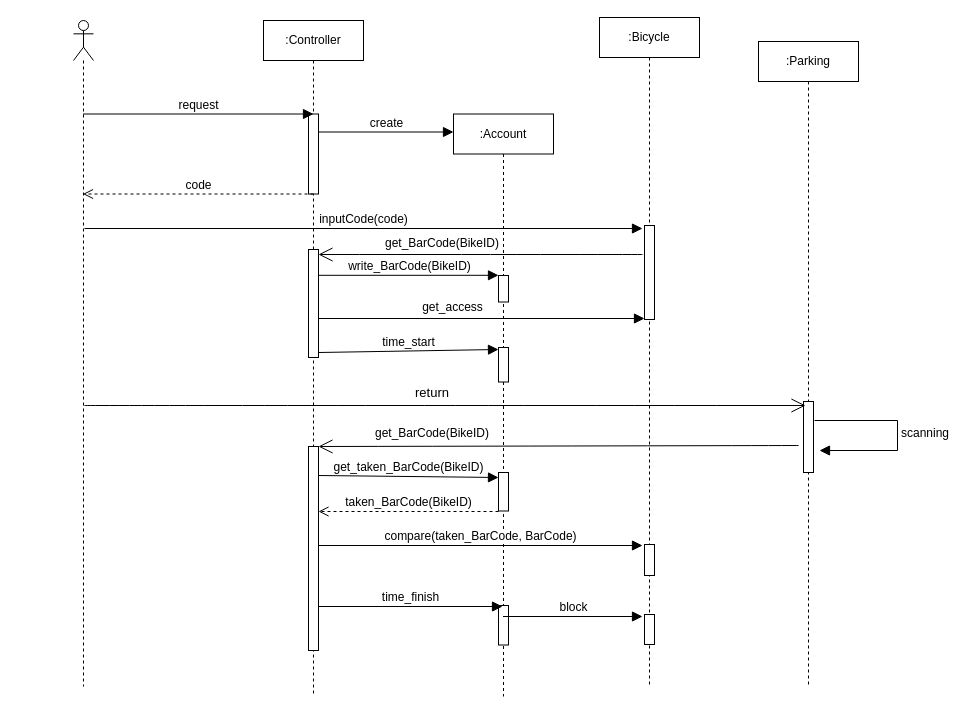
Before: Диаграмма без названия.drawio in iudinads/UML, a draw.io diagram. Source tidied: cells renumbered, new cells numbered last; positions are measured from the earlier drawing's top-left corner, leaving out a move shared by most shapes. Both pictures are drawn from the tidied source at 100%, with x=0, y=0 at pixel (26, 17).
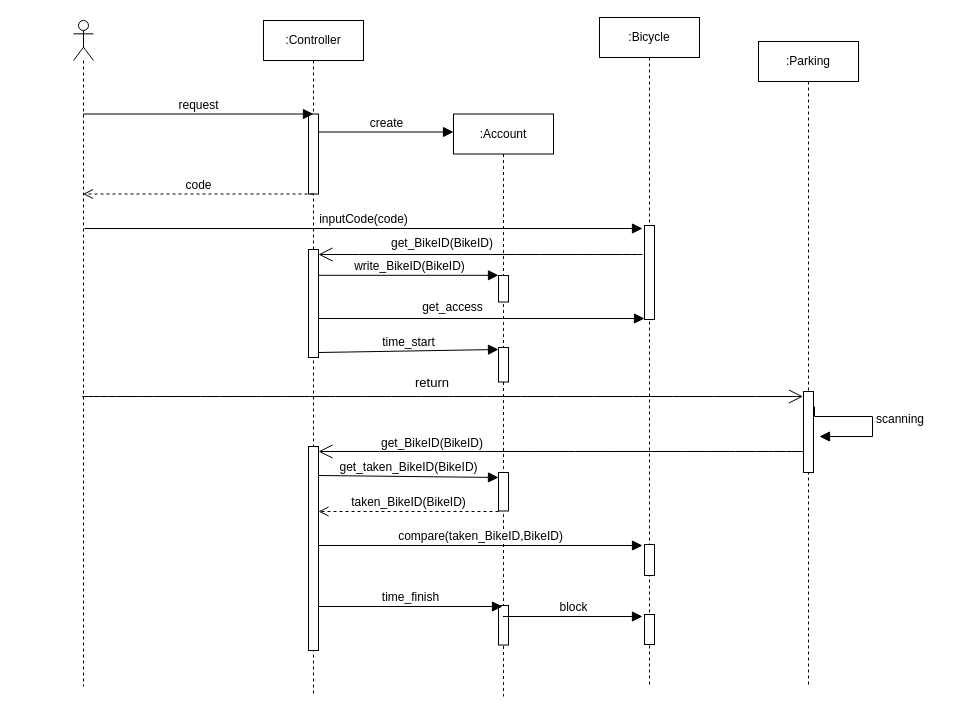
After the change.

Unchanged cells that the change refers to:
```xml
<mxCell id="7" style="html=1;points=[[0,0,0,0,5],[0,1,0,0,-5],[1,0,0,0,5],[1,1,0,0,-5]];perimeter=orthogonalPerimeter;outlineConnect=0;targetShapes=umlLifeline;portConstraint=eastwest;newEdgeStyle={&quot;curved&quot;:0,&quot;rounded&quot;:0};" parent="5" vertex="1">
  <mxGeometry x="45" y="229" width="10" height="108" as="geometry" />
</mxCell>
<mxCell id="8" style="html=1;points=[[0,0,0,0,5],[0,1,0,0,-5],[1,0,0,0,5],[1,1,0,0,-5]];perimeter=orthogonalPerimeter;outlineConnect=0;targetShapes=umlLifeline;portConstraint=eastwest;newEdgeStyle={&quot;curved&quot;:0,&quot;rounded&quot;:0};" parent="5" vertex="1">
  <mxGeometry x="45" y="426" width="10" height="204" as="geometry" />
</mxCell>
<mxCell id="15" style="html=1;points=[[0,0,0,0,5],[0,1,0,0,-5],[1,0,0,0,5],[1,1,0,0,-5]];perimeter=orthogonalPerimeter;outlineConnect=0;targetShapes=umlLifeline;portConstraint=eastwest;newEdgeStyle={&quot;curved&quot;:0,&quot;rounded&quot;:0};" parent="12" vertex="1">
  <mxGeometry x="45" y="358.5" width="10" height="38.5" as="geometry" />
</mxCell>
<mxCell id="22" value=":Parking" style="shape=umlLifeline;perimeter=lifelinePerimeter;whiteSpace=wrap;html=1;newEdgeStyle={&quot;curved&quot;:0,&quot;rounded&quot;:0};" parent="1" vertex="1">
  <mxGeometry x="732" y="24" width="100" height="645" as="geometry" />
</mxCell>
```

What changed in the source:
```diff
@@
     <mxCell id="23" style="html=1;points=[[0,0,0,0,5],[0,1,0,0,-5],[1,0,0,0,5],[1,1,0,0,-5]];perimeter=orthogonalPerimeter;outlineConnect=0;targetShapes=umlLifeline;portConstraint=eastwest;newEdgeStyle={&quot;curved&quot;:0,&quot;rounded&quot;:0};" parent="22" vertex="1">
-      <mxGeometry x="45" y="360" width="10" height="71" as="geometry" />
+      <mxGeometry x="45" y="350" width="10" height="81" as="geometry" />
     </mxCell>
@@
-    <mxCell id="25" value="write_BarCode(BikeID)" style="html=1;verticalAlign=bottom;endArrow=block;curved=0;rounded=0;fontSize=12;startSize=8;endSize=8;" parent="1" edge="1" source="7">
+    <mxCell id="25" value="write_&lt;span style=&quot;white-space: normal;&quot;&gt;BikeID&lt;/span&gt;(BikeID)" style="html=1;verticalAlign=bottom;endArrow=block;curved=0;rounded=0;fontSize=12;startSize=8;endSize=8;" parent="1" edge="1" source="7">
       <mxGeometry x="0.01" relative="1" as="geometry">
         <mxPoint x="472" y="257.8" as="targetPoint" />
       </mxGeometry>
     </mxCell>
@@
     <mxCell id="29" style="endArrow=open;endFill=1;endSize=12;html=1;rounded=0;fontSize=12;curved=1;" parent="1" edge="1">
       <mxGeometry relative="1" as="geometry">
-        <mxPoint x="58" y="388" as="sourcePoint" />
-        <mxPoint x="779" y="388" as="targetPoint" />
+        <mxPoint x="55.5" y="379" as="sourcePoint" />
+        <mxPoint x="776.5" y="379" as="targetPoint" />
       </mxGeometry>
     </mxCell>
     <mxCell id="30" value="scanning" style="html=1;align=left;spacingLeft=2;endArrow=block;rounded=0;edgeStyle=orthogonalEdgeStyle;curved=0;rounded=0;fontSize=12;startSize=8;endSize=8;" parent="1" edge="1">
       <mxGeometry relative="1" as="geometry">
-        <mxPoint x="788" y="403" as="sourcePoint" />
-        <mxPoint x="793" y="433" as="targetPoint" />
+        <mxPoint x="788" y="389" as="sourcePoint" />
+        <mxPoint x="793" y="419" as="targetPoint" />
         <Array as="points">
-          <mxPoint x="871" y="403" />
-          <mxPoint x="871" y="433" />
+          <mxPoint x="788" y="399" />
+          <mxPoint x="846" y="399" />
+          <mxPoint x="846" y="419" />
         </Array>
       </mxGeometry>
     </mxCell>
-    <mxCell id="31" style="endArrow=open;endFill=1;endSize=12;html=1;rounded=0;fontSize=12;curved=1;" parent="1" edge="1" target="8">
-      <mxGeometry relative="1" as="geometry">
-        <mxPoint x="772" y="428" as="sourcePoint" />
-      </mxGeometry>
+    <mxCell id="31" style="endArrow=open;endFill=1;endSize=12;html=1;rounded=0;fontSize=12;curved=1;entryX=1;entryY=0;entryDx=0;entryDy=5;entryPerimeter=0;" parent="1" edge="1" source="23" target="8">
+      <mxGeometry relative="1" as="geometry" />
     </mxCell>
-    <mxCell id="32" value="get_taken_BarCode(BikeID)" style="html=1;verticalAlign=bottom;endArrow=block;curved=0;rounded=0;fontSize=12;startSize=8;endSize=8;entryX=0;entryY=0;entryDx=0;entryDy=5;entryPerimeter=0;" parent="1" edge="1" target="15">
+    <mxCell id="32" value="get_taken_&lt;span style=&quot;white-space: normal;&quot;&gt;BikeID&lt;/span&gt;(BikeID)" style="html=1;verticalAlign=bottom;endArrow=block;curved=0;rounded=0;fontSize=12;startSize=8;endSize=8;entryX=0;entryY=0;entryDx=0;entryDy=5;entryPerimeter=0;" parent="1" edge="1" target="15">
       <mxGeometry relative="1" as="geometry">
         <mxPoint x="292" y="458" as="sourcePoint" />
       </mxGeometry>
     </mxCell>
-    <mxCell id="33" value="taken_BarCode(BikeID)" style="html=1;verticalAlign=bottom;endArrow=open;dashed=1;endSize=8;curved=0;rounded=0;fontSize=12;" parent="1" edge="1" target="8">
+    <mxCell id="33" value="taken_&lt;span style=&quot;white-space: normal;&quot;&gt;BikeID&lt;/span&gt;(BikeID)" style="html=1;verticalAlign=bottom;endArrow=open;dashed=1;endSize=8;curved=0;rounded=0;fontSize=12;" parent="1" edge="1" target="8">
       <mxGeometry relative="1" as="geometry">
         <mxPoint x="472" y="494" as="sourcePoint" />
       </mxGeometry>
     </mxCell>
-    <mxCell id="34" value="compare(taken_BarCode, BarCode)" style="html=1;verticalAlign=bottom;endArrow=block;curved=0;rounded=0;fontSize=12;startSize=8;endSize=8;" parent="1" edge="1" source="8">
+    <mxCell id="34" value="compare(taken_&lt;span style=&quot;white-space: normal;&quot;&gt;BikeID&lt;/span&gt;,&lt;span style=&quot;white-space: normal;&quot;&gt;BikeID&lt;/span&gt;)" style="html=1;verticalAlign=bottom;endArrow=block;curved=0;rounded=0;fontSize=12;startSize=8;endSize=8;" parent="1" edge="1" source="8">
       <mxGeometry relative="1" as="geometry">
         <mxPoint x="616" y="528" as="targetPoint" />
       </mxGeometry>
     </mxCell>
@@
-    <mxCell id="37" value="&lt;font style=&quot;font-size: 12px;&quot;&gt;get_BarCode(BikeID)&lt;/font&gt;" style="text;strokeColor=none;fillColor=none;html=1;align=center;verticalAlign=middle;whiteSpace=wrap;rounded=0;fontSize=16;" parent="1" vertex="1">
+    <mxCell id="37" value="&lt;font style=&quot;font-size: 12px;&quot;&gt;get_BikeID(BikeID)&lt;/font&gt;" style="text;strokeColor=none;fillColor=none;html=1;align=center;verticalAlign=middle;whiteSpace=wrap;rounded=0;fontSize=16;" parent="1" vertex="1">
       <mxGeometry x="386" y="209" width="60" height="30" as="geometry" />
     </mxCell>
     <mxCell id="38" value="&lt;font style=&quot;font-size: 13px;&quot;&gt;return&lt;/font&gt;" style="text;strokeColor=none;fillColor=none;html=1;align=center;verticalAlign=middle;whiteSpace=wrap;rounded=0;fontSize=16;" parent="1" vertex="1">
-      <mxGeometry x="376" y="359" width="60" height="30" as="geometry" />
+      <mxGeometry x="376" y="349" width="60" height="30" as="geometry" />
     </mxCell>
-    <mxCell id="39" value="&lt;font style=&quot;font-size: 12px;&quot;&gt;get_BarCode(BikeID)&lt;/font&gt;" style="text;strokeColor=none;fillColor=none;html=1;align=center;verticalAlign=middle;whiteSpace=wrap;rounded=0;fontSize=16;" parent="1" vertex="1">
-      <mxGeometry x="376" y="399" width="60" height="30" as="geometry" />
+    <mxCell id="39" value="&lt;font style=&quot;font-size: 12px;&quot;&gt;get_BikeID(BikeID)&lt;/font&gt;" style="text;strokeColor=none;fillColor=none;html=1;align=center;verticalAlign=middle;whiteSpace=wrap;rounded=0;fontSize=16;" parent="1" vertex="1">
+      <mxGeometry x="376" y="409" width="60" height="30" as="geometry" />
     </mxCell>
```
